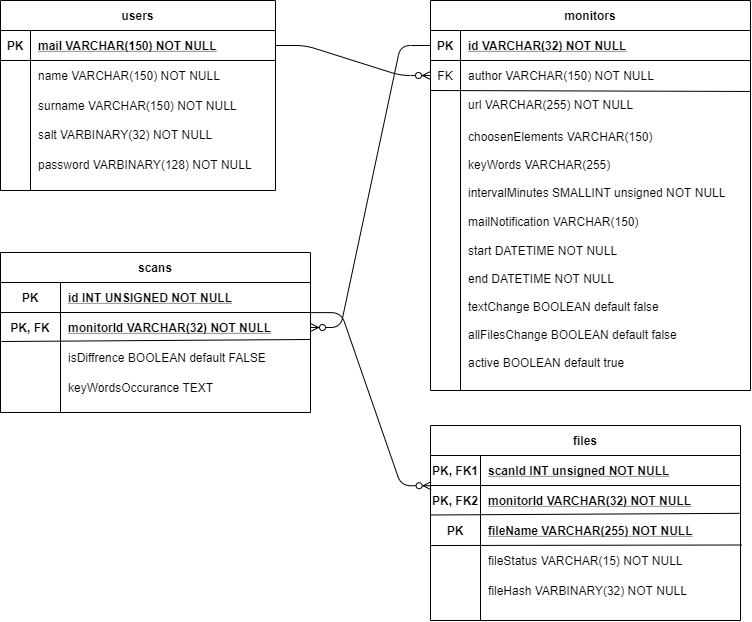
Above: pdf/UML/db.png in JanKulbinski/WebsiteMonitor (draw.io), before the change. Source tidied: cells renumbered, new cells last; positions are measured from the earlier drawing's top-left corner, leaving out a move shared by most shapes.
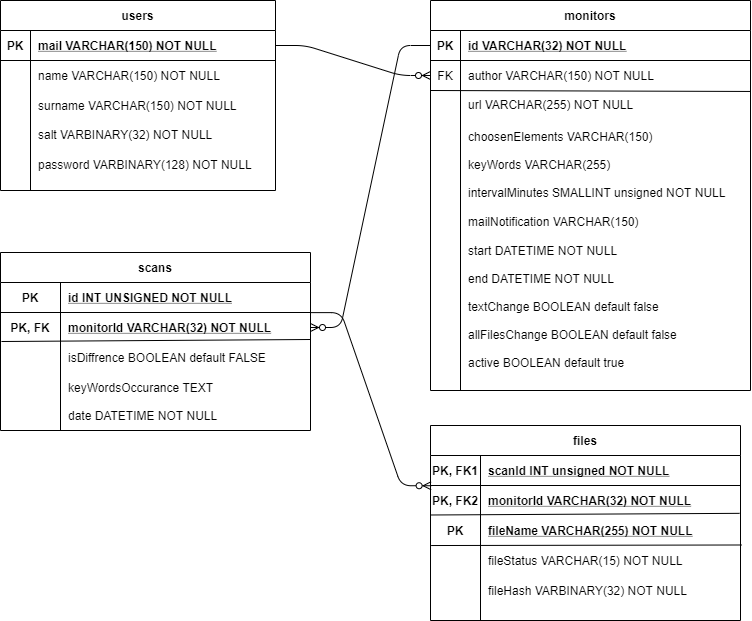
The same diagram one commit later.

Change to the diagram source:
```diff
@@ -3,7 +3,7 @@
     <mxCell id="0" />
     <mxCell id="1" parent="0" />
     <mxCell id="2" value="scans" style="shape=table;startSize=30;rowLines=0;fontStyle=1;align=center;fillColor=none;" parent="1" vertex="1">
-      <mxGeometry y="252" width="310" height="160" as="geometry" />
+      <mxGeometry y="252" width="310" height="178" as="geometry" />
     </mxCell>
     <mxCell id="3" style="shape=partialRectangle;fillColor=none;top=0;left=0;right=0;bottom=1;" parent="2" vertex="1">
       <mxGeometry y="30" width="310" height="30" as="geometry" />
@@ -223,5 +223,8 @@
     <mxCell id="74" style="edgeStyle=entityRelationEdgeStyle;fontSize=12;html=1;endArrow=ERzeroToMany;endFill=1;exitX=1.002;exitY=0.004;exitDx=0;exitDy=0;exitPerimeter=0;entryX=0.002;entryY=0.008;entryDx=0;entryDy=0;entryPerimeter=0;" parent="1" edge="1" source="6" target="20">
       <mxGeometry relative="1" as="geometry" />
     </mxCell>
+    <mxCell id="75" value="date DATETIME NOT NULL" style="shape=partialRectangle;fillColor=none;top=0;left=0;bottom=0;right=0;align=left;spacingLeft=6;overflow=hidden;" parent="1" vertex="1">
+      <mxGeometry x="60" y="400" width="250" height="30" as="geometry" />
+    </mxCell>
   </root>
 </mxGraphModel>
```
